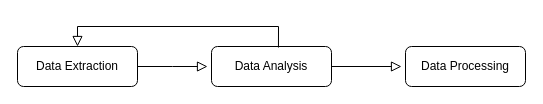
The draw.io diagram report/process_flowchart.drawio in francesco-plt/finding-dory, before the edit. Source tidied: cells renumbered, new cells numbered last; positions are measured from the earlier drawing's top-left corner, leaving out a move shared by most shapes. Both pictures are drawn from the tidied source at 100%, with x=0, y=0 at pixel (17, 46).
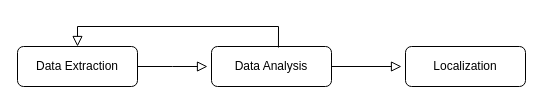
After the change.

Diff of the diagram source:
```diff
@@
 <mxGraphModel>
   <root>
     <mxCell id="0" />
     <mxCell id="1" parent="0" />
     <mxCell id="2" style="rounded=0;html=1;jettySize=auto;fontSize=11;endArrow=block;endFill=0;endSize=8;strokeWidth=1;shadow=0;labelBackgroundColor=none;edgeStyle=orthogonalEdgeStyle;" parent="1" edge="1" source="3">
       <mxGeometry relative="1" as="geometry">
         <mxPoint x="190" y="20" as="targetPoint" />
       </mxGeometry>
     </mxCell>
     <mxCell id="3" value="Data Extraction" style="rounded=1;whiteSpace=wrap;html=1;fontSize=12;glass=0;strokeWidth=1;shadow=0;" parent="1" vertex="1">
       <mxGeometry width="120" height="40" as="geometry" />
     </mxCell>
     <mxCell id="4" value="Data Analysis" style="rounded=1;whiteSpace=wrap;html=1;fontSize=12;glass=0;strokeWidth=1;shadow=0;" parent="1" vertex="1">
       <mxGeometry x="194" width="120" height="40" as="geometry" />
     </mxCell>
     <mxCell id="5" style="rounded=0;html=1;jettySize=auto;fontSize=11;endArrow=block;endFill=0;endSize=8;strokeWidth=1;shadow=0;labelBackgroundColor=none;edgeStyle=orthogonalEdgeStyle;exitX=0.558;exitY=0.025;exitDx=0;exitDy=0;exitPerimeter=0;entryX=0.5;entryY=0;entryDx=0;entryDy=0;" parent="1" edge="1" source="4" target="3">
       <mxGeometry relative="1" as="geometry" />
     </mxCell>
     <mxCell id="6" style="rounded=0;html=1;jettySize=auto;orthogonalLoop=1;fontSize=11;endArrow=block;endFill=0;endSize=8;strokeWidth=1;shadow=0;labelBackgroundColor=none;edgeStyle=orthogonalEdgeStyle;" parent="1" edge="1">
       <mxGeometry relative="1" as="geometry">
         <mxPoint x="314" y="20" as="sourcePoint" />
         <mxPoint x="384" y="20" as="targetPoint" />
       </mxGeometry>
     </mxCell>
-    <mxCell id="7" value="Data Processing" style="rounded=1;whiteSpace=wrap;html=1;fontSize=12;glass=0;strokeWidth=1;shadow=0;" parent="1" vertex="1">
+    <mxCell id="7" value="Localization" style="rounded=1;whiteSpace=wrap;html=1;fontSize=12;glass=0;strokeWidth=1;shadow=0;" parent="1" vertex="1">
       <mxGeometry x="388" width="120" height="40" as="geometry" />
     </mxCell>
   </root>
 </mxGraphModel>
```
